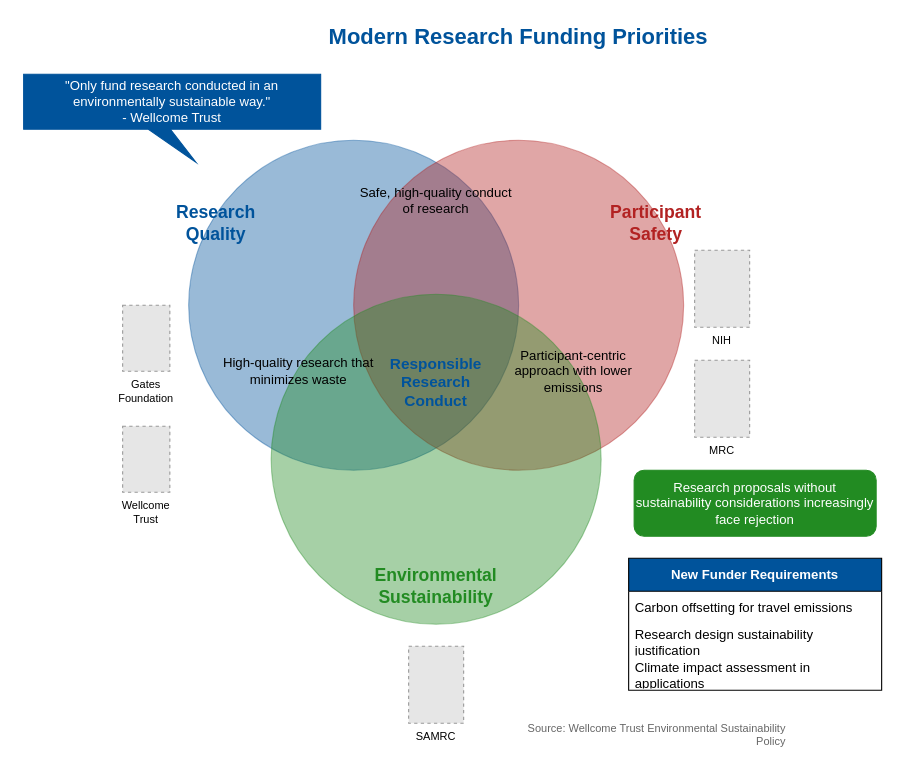
Earlier version of the draw.io diagram diagrams/funding_priorities_venn.drawio (Logic06183/Task_presentation). Source tidied: cells renumbered, new cells numbered last; positions are measured from the earlier drawing's top-left corner, leaving out a move shared by most shapes. Both pictures are drawn from the tidied source at 110%, with x=0, y=0 at pixel (23, 19). Pictures stored in the file or linked from it are replaced by grey dashed boxes.
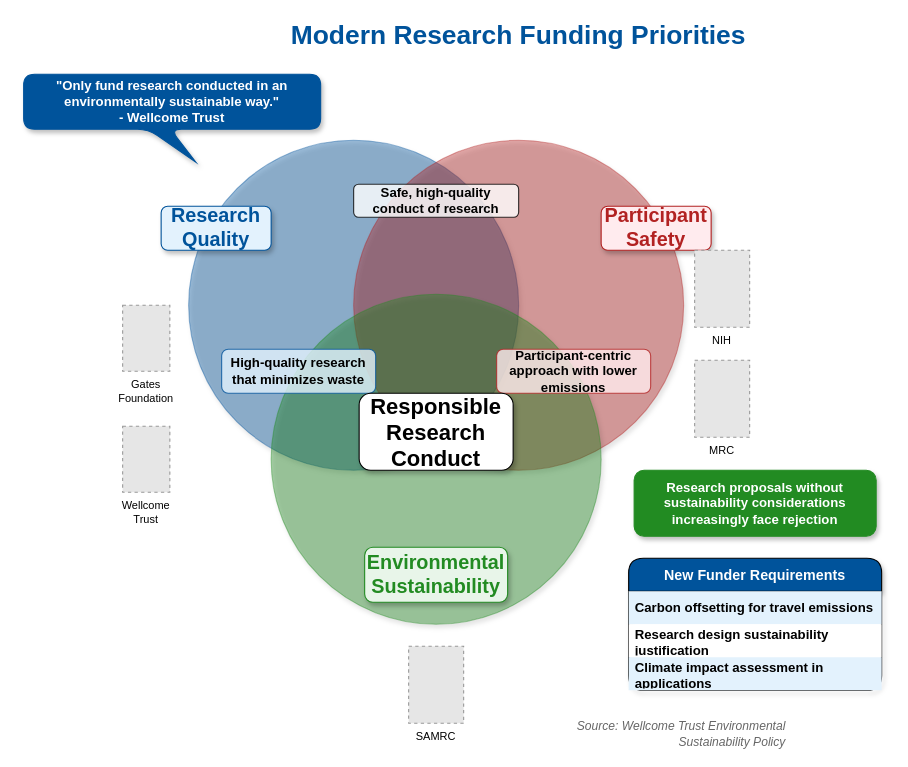
The same page after the edit.

The edit, as a diff of the source:
```diff
@@
-    <mxCell id="2" value="&lt;font style=&quot;font-size: 20px;&quot;&gt;&lt;b&gt;Modern Research Funding Priorities&lt;/b&gt;&lt;/font&gt;" style="text;html=1;strokeColor=none;fillColor=none;align=center;verticalAlign=middle;whiteSpace=wrap;rounded=0;fontColor=#00539B;" parent="1" vertex="1">
+    <mxCell id="2" value="&lt;font style=&quot;font-size: 24px;&quot; face=&quot;Arial&quot;&gt;&lt;b&gt;Modern Research Funding Priorities&lt;/b&gt;&lt;/font&gt;" style="text;html=1;strokeColor=none;fillColor=none;align=center;verticalAlign=middle;whiteSpace=wrap;rounded=0;fontColor=#00539B;shadow=0;" parent="1" vertex="1">
       <mxGeometry x="170" width="560" height="30" as="geometry" />
     </mxCell>
-    <mxCell id="3" style="ellipse;whiteSpace=wrap;html=1;fillColor=#00539B;strokeColor=#00539B;opacity=40;" parent="1" vertex="1">
+    <mxCell id="3" style="ellipse;whiteSpace=wrap;html=1;fillColor=#00539B;strokeColor=#00539B;opacity=40;shadow=1;" parent="1" vertex="1">
       <mxGeometry x="150" y="110" width="300" height="300" as="geometry" />
     </mxCell>
-    <mxCell id="4" style="ellipse;whiteSpace=wrap;html=1;fillColor=#B22222;strokeColor=#B22222;opacity=40;" parent="1" vertex="1">
+    <mxCell id="4" style="ellipse;whiteSpace=wrap;html=1;fillColor=#B22222;strokeColor=#B22222;opacity=40;shadow=1;" parent="1" vertex="1">
       <mxGeometry x="300" y="110" width="300" height="300" as="geometry" />
     </mxCell>
-    <mxCell id="5" style="ellipse;whiteSpace=wrap;html=1;fillColor=#228B22;strokeColor=#228B22;opacity=40;" parent="1" vertex="1">
+    <mxCell id="5" style="ellipse;whiteSpace=wrap;html=1;fillColor=#228B22;strokeColor=#228B22;opacity=40;shadow=1;" parent="1" vertex="1">
       <mxGeometry x="225" y="250" width="300" height="300" as="geometry" />
     </mxCell>
-    <mxCell id="6" value="&lt;font style=&quot;font-size: 16px;&quot;&gt;&lt;b&gt;Research&lt;br&gt;Quality&lt;/b&gt;&lt;/font&gt;" style="text;html=1;strokeColor=none;fillColor=none;align=center;verticalAlign=middle;whiteSpace=wrap;rounded=0;fontColor=#00539B;" parent="1" vertex="1">
-      <mxGeometry x="125" y="170" width="100" height="30" as="geometry" />
+    <mxCell id="6" value="&lt;font style=&quot;font-size: 18px;&quot; face=&quot;Arial&quot;&gt;&lt;b&gt;Research&lt;br&gt;Quality&lt;/b&gt;&lt;/font&gt;" style="text;html=1;strokeColor=#00539B;fillColor=#E3F2FD;align=center;verticalAlign=middle;whiteSpace=wrap;rounded=1;fontColor=#00539B;shadow=1;glass=0;" parent="1" vertex="1">
+      <mxGeometry x="125" y="170" width="100" height="40" as="geometry" />
     </mxCell>
-    <mxCell id="7" value="&lt;font style=&quot;font-size: 16px;&quot;&gt;&lt;b&gt;Participant&lt;br&gt;Safety&lt;/b&gt;&lt;/font&gt;" style="text;html=1;strokeColor=none;fillColor=none;align=center;verticalAlign=middle;whiteSpace=wrap;rounded=0;fontColor=#B22222;" parent="1" vertex="1">
-      <mxGeometry x="525" y="170" width="100" height="30" as="geometry" />
+    <mxCell id="7" value="&lt;font style=&quot;font-size: 18px;&quot; face=&quot;Arial&quot;&gt;&lt;b&gt;Participant&lt;br&gt;Safety&lt;/b&gt;&lt;/font&gt;" style="text;html=1;strokeColor=#B22222;fillColor=#FFEBEE;align=center;verticalAlign=middle;whiteSpace=wrap;rounded=1;fontColor=#B22222;shadow=1;glass=0;" parent="1" vertex="1">
+      <mxGeometry x="525" y="170" width="100" height="40" as="geometry" />
     </mxCell>
-    <mxCell id="8" value="&lt;font style=&quot;font-size: 16px;&quot;&gt;&lt;b&gt;Environmental&lt;br&gt;Sustainability&lt;/b&gt;&lt;/font&gt;" style="text;html=1;strokeColor=none;fillColor=none;align=center;verticalAlign=middle;whiteSpace=wrap;rounded=0;fontColor=#228B22;" parent="1" vertex="1">
-      <mxGeometry x="325" y="500" width="100" height="30" as="geometry" />
+    <mxCell id="8" value="&lt;font style=&quot;font-size: 18px;&quot; face=&quot;Arial&quot;&gt;&lt;b&gt;Environmental&lt;br&gt;Sustainability&lt;/b&gt;&lt;/font&gt;" style="text;html=1;strokeColor=#228B22;fillColor=#E8F5E9;align=center;verticalAlign=middle;whiteSpace=wrap;rounded=1;fontColor=#228B22;shadow=1;glass=0;" parent="1" vertex="1">
+      <mxGeometry x="310" y="480" width="130" height="50" as="geometry" />
     </mxCell>
-    <mxCell id="9" value="&lt;font style=&quot;font-size: 12px;&quot;&gt;High-quality research that minimizes waste&lt;/font&gt;" style="text;html=1;strokeColor=none;fillColor=none;align=center;verticalAlign=middle;whiteSpace=wrap;rounded=0;" parent="1" vertex="1">
+    <mxCell id="9" value="&lt;font style=&quot;font-size: 12px;&quot; face=&quot;Arial&quot;&gt;&lt;b&gt;High-quality research that minimizes waste&lt;/b&gt;&lt;/font&gt;" style="text;html=1;strokeColor=#00539B;fillColor=#E3F2FD;align=center;verticalAlign=middle;whiteSpace=wrap;rounded=1;opacity=80;shadow=0;" parent="1" vertex="1">
       <mxGeometry x="180" y="300" width="140" height="40" as="geometry" />
     </mxCell>
-    <mxCell id="10" value="&lt;font style=&quot;font-size: 12px;&quot;&gt;Participant-centric approach with lower emissions&lt;/font&gt;" style="text;html=1;strokeColor=none;fillColor=none;align=center;verticalAlign=middle;whiteSpace=wrap;rounded=0;" parent="1" vertex="1">
+    <mxCell id="10" value="&lt;font style=&quot;font-size: 12px;&quot; face=&quot;Arial&quot;&gt;&lt;b&gt;Participant-centric approach with lower emissions&lt;/b&gt;&lt;/font&gt;" style="text;html=1;strokeColor=#B22222;fillColor=#FFEBEE;align=center;verticalAlign=middle;whiteSpace=wrap;rounded=1;opacity=80;shadow=0;" parent="1" vertex="1">
       <mxGeometry x="430" y="300" width="140" height="40" as="geometry" />
     </mxCell>
-    <mxCell id="11" value="&lt;font style=&quot;font-size: 12px;&quot;&gt;Safe, high-quality conduct of research&lt;/font&gt;" style="text;html=1;strokeColor=none;fillColor=none;align=center;verticalAlign=middle;whiteSpace=wrap;rounded=0;" parent="1" vertex="1">
+    <mxCell id="11" value="&lt;font style=&quot;font-size: 12px;&quot; face=&quot;Arial&quot;&gt;&lt;b&gt;Safe, high-quality conduct of research&lt;/b&gt;&lt;/font&gt;" style="text;html=1;strokeColor=#000000;fillColor=#FFFFFF;align=center;verticalAlign=middle;whiteSpace=wrap;rounded=1;opacity=80;shadow=0;" parent="1" vertex="1">
       <mxGeometry x="300" y="150" width="150" height="30" as="geometry" />
     </mxCell>
-    <mxCell id="12" value="&lt;font style=&quot;font-size: 14px;&quot;&gt;&lt;b&gt;Responsible&lt;br&gt;Research&lt;br&gt;Conduct&lt;/b&gt;&lt;/font&gt;" style="text;html=1;strokeColor=none;fillColor=none;align=center;verticalAlign=middle;whiteSpace=wrap;rounded=0;fontColor=#00539B;" parent="1" vertex="1">
-      <mxGeometry x="305" y="300" width="140" height="60" as="geometry" />
+    <mxCell id="12" value="&lt;font style=&quot;font-size: 20px;&quot; face=&quot;Arial&quot;&gt;&lt;b&gt;Responsible&lt;br&gt;Research&lt;br&gt;Conduct&lt;/b&gt;&lt;/font&gt;" style="text;html=1;strokeColor=#000000;fillColor=#FFFFFF;align=center;verticalAlign=middle;whiteSpace=wrap;rounded=1;fontColor=#000000;shadow=1;glass=0;" parent="1" vertex="1">
+      <mxGeometry x="305" y="340" width="140" height="70" as="geometry" />
     </mxCell>
@@
-    <mxCell id="18" value="&quot;Only fund research conducted in an environmentally sustainable way.&quot;&#10;- Wellcome Trust" style="shape=callout;whiteSpace=wrap;html=1;perimeter=calloutPerimeter;position2=0.58;fillColor=#00539B;fontColor=#FFFFFF;strokeColor=#00539B;base=20;size=30;position=0.42;" parent="1" vertex="1">
+    <mxCell id="18" value="&quot;Only fund research conducted in an environmentally sustainable way.&quot;&#10;- Wellcome Trust" style="shape=callout;whiteSpace=wrap;html=1;perimeter=calloutPerimeter;position2=0.58;fillColor=#00539B;fontColor=#FFFFFF;strokeColor=#00539B;base=20;size=30;position=0.42;rounded=1;shadow=1;fontStyle=1;fontSize=12;fontFamily=Arial;" parent="1" vertex="1">
       <mxGeometry y="50" width="270" height="80" as="geometry" />
     </mxCell>
-    <mxCell id="19" value="Research proposals without sustainability considerations increasingly face rejection" style="rounded=1;whiteSpace=wrap;html=1;fillColor=#228B22;strokeColor=#228B22;fontColor=#FFFFFF;" parent="1" vertex="1">
+    <mxCell id="19" value="Research proposals without sustainability considerations increasingly face rejection" style="rounded=1;whiteSpace=wrap;html=1;fillColor=#228B22;strokeColor=#228B22;fontColor=#FFFFFF;shadow=1;glass=0;fontFamily=Arial;fontStyle=1;fontSize=12;" parent="1" vertex="1">
       <mxGeometry x="555" y="410" width="220" height="60" as="geometry" />
     </mxCell>
-    <mxCell id="20" value="&lt;b&gt;New Funder Requirements&lt;/b&gt;" style="swimlane;fontStyle=0;horizontal=1;startSize=30;whiteSpace=wrap;html=1;fillColor=#00539B;fontColor=#FFFFFF;" parent="1" vertex="1">
+    <mxCell id="20" value="&lt;b&gt;New Funder Requirements&lt;/b&gt;" style="swimlane;fontStyle=1;horizontal=1;startSize=30;whiteSpace=wrap;html=1;fillColor=#00539B;fontColor=#FFFFFF;shadow=1;rounded=1;fontSize=13;fontFamily=Arial;" parent="1" vertex="1">
       <mxGeometry x="550" y="490" width="230" height="120" as="geometry" />
     </mxCell>
-    <mxCell id="21" value="Carbon offsetting for travel emissions" style="text;strokeColor=none;fillColor=none;align=left;verticalAlign=middle;spacingLeft=4;spacingRight=4;overflow=hidden;whiteSpace=wrap;html=1;" parent="20" vertex="1">
+    <mxCell id="21" value="Carbon offsetting for travel emissions" style="text;strokeColor=none;fillColor=#E3F2FD;align=left;verticalAlign=middle;spacingLeft=4;spacingRight=4;overflow=hidden;whiteSpace=wrap;html=1;fontStyle=1;fontFamily=Arial;" parent="20" vertex="1">
       <mxGeometry y="30" width="230" height="30" as="geometry" />
     </mxCell>
-    <mxCell id="22" value="Research design sustainability justification" style="text;strokeColor=none;fillColor=none;align=left;verticalAlign=middle;spacingLeft=4;spacingRight=4;overflow=hidden;whiteSpace=wrap;html=1;" parent="20" vertex="1">
+    <mxCell id="22" value="Research design sustainability justification" style="text;strokeColor=none;fillColor=#FFFFFF;align=left;verticalAlign=middle;spacingLeft=4;spacingRight=4;overflow=hidden;whiteSpace=wrap;html=1;fontStyle=1;fontFamily=Arial;" parent="20" vertex="1">
       <mxGeometry y="60" width="230" height="30" as="geometry" />
     </mxCell>
-    <mxCell id="23" value="Climate impact assessment in applications" style="text;strokeColor=none;fillColor=none;align=left;verticalAlign=middle;spacingLeft=4;spacingRight=4;overflow=hidden;whiteSpace=wrap;html=1;" parent="20" vertex="1">
+    <mxCell id="23" value="Climate impact assessment in applications" style="text;strokeColor=none;fillColor=#E3F2FD;align=left;verticalAlign=middle;spacingLeft=4;spacingRight=4;overflow=hidden;whiteSpace=wrap;html=1;fontStyle=1;fontFamily=Arial;" parent="20" vertex="1">
       <mxGeometry y="90" width="230" height="30" as="geometry" />
     </mxCell>
-    <mxCell id="24" value="Source: Wellcome Trust Environmental Sustainability Policy" style="text;html=1;strokeColor=none;fillColor=none;align=right;verticalAlign=middle;whiteSpace=wrap;rounded=0;fontColor=#666666;fontSize=10;" parent="1" vertex="1">
+    <mxCell id="24" value="Source: Wellcome Trust Environmental Sustainability Policy" style="text;html=1;strokeColor=none;fillColor=none;align=right;verticalAlign=middle;whiteSpace=wrap;rounded=0;fontColor=#666666;fontSize=11;fontStyle=2;fontFamily=Arial;" parent="1" vertex="1">
       <mxGeometry x="445" y="640" width="250" height="20" as="geometry" />
     </mxCell>
```
